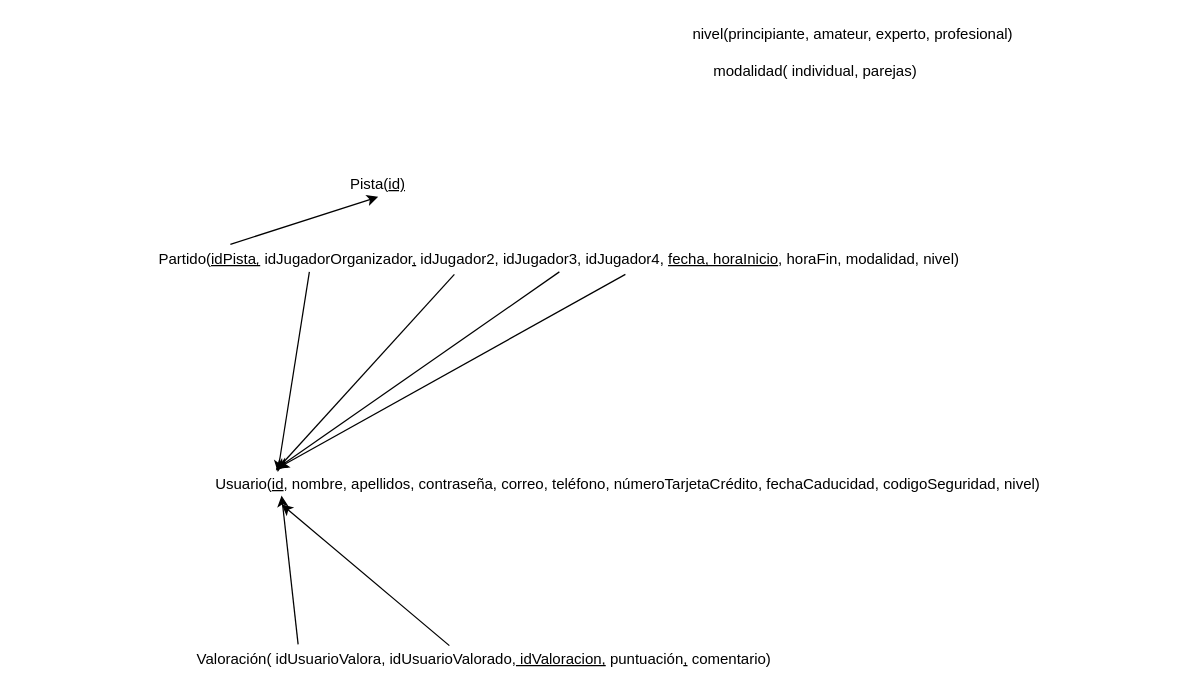
This is relacionalXML.drawio from HylianPablo/TeddyAPP, a draw.io file, before an edit. Source tidied: cells renumbered, new cells numbered last; positions are measured from the earlier drawing's top-left corner, leaving out a move shared by most shapes. Both pictures are drawn from the tidied source at 125%, with x=0, y=0 at pixel (21, 21).
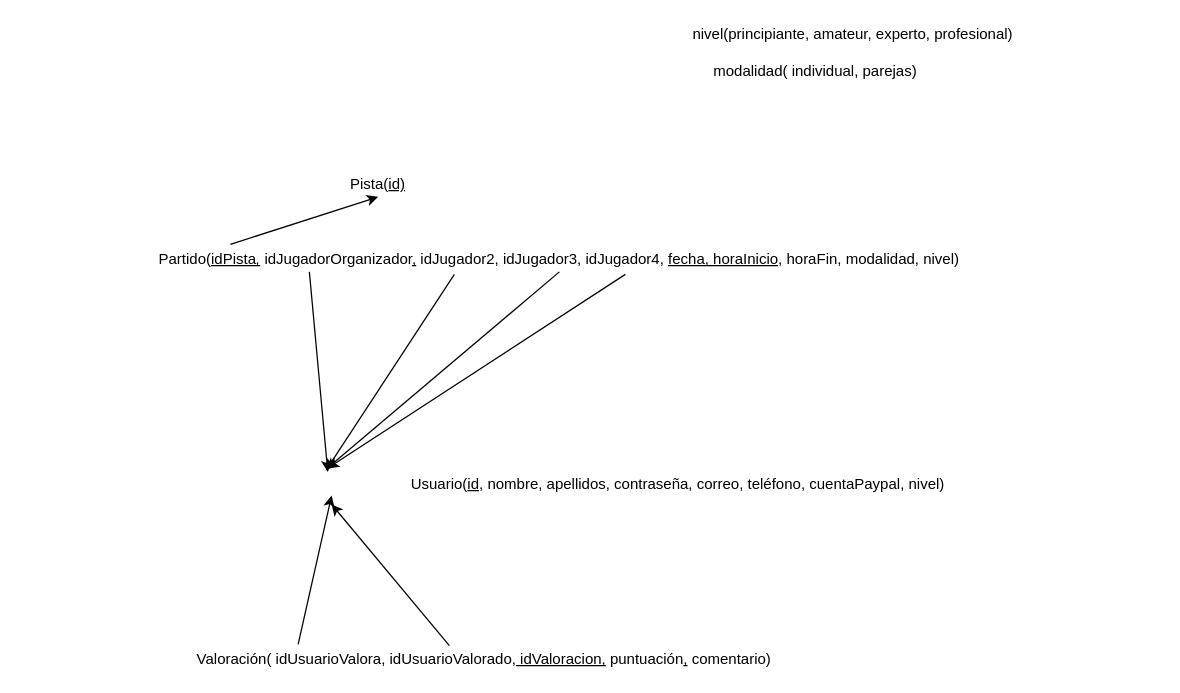
The same diagram, later.

Diff of the diagram source:
```diff
@@
 <mxGraphModel>
   <root>
     <mxCell id="0" />
     <mxCell id="1" parent="0" />
-    <mxCell id="2" value="Usuario(&lt;u&gt;id&lt;/u&gt;, nombre, apellidos, contraseña, correo, teléfono, númeroTarjetaCrédito, fechaCaducidad, codigoSeguridad, nivel)" style="text;html=1;strokeColor=none;fillColor=none;align=center;verticalAlign=middle;whiteSpace=wrap;rounded=0;" parent="1" vertex="1">
-      <mxGeometry x="100" y="360" width="770" height="20" as="geometry" />
+    <mxCell id="2" value="Usuario(&lt;u&gt;id&lt;/u&gt;, nombre, apellidos, contraseña, correo, teléfono, cuentaPaypal, nivel)" style="text;html=1;strokeColor=none;fillColor=none;align=center;verticalAlign=middle;whiteSpace=wrap;rounded=0;" parent="1" vertex="1">
+      <mxGeometry x="140" y="360" width="770" height="20" as="geometry" />
     </mxCell>
     <mxCell id="3" value="Pista(&lt;u&gt;id)&lt;/u&gt;" style="text;html=1;strokeColor=none;fillColor=none;align=center;verticalAlign=middle;whiteSpace=wrap;rounded=0;" parent="1" vertex="1">
       <mxGeometry y="120" width="570" height="20" as="geometry" />
     </mxCell>
     <mxCell id="4" value="Partido(&lt;u&gt;idPista&lt;/u&gt;&lt;i&gt;&lt;u&gt;,&lt;/u&gt;&amp;nbsp;&lt;/i&gt;idJugadorOrganizador&lt;u&gt;,&lt;/u&gt;&amp;nbsp;idJugador2, idJugador3, idJugador4, &lt;u&gt;fecha, horaInicio&lt;/u&gt;, horaFin, modalidad, nivel)" style="text;html=1;strokeColor=none;fillColor=none;align=center;verticalAlign=middle;whiteSpace=wrap;rounded=0;" parent="1" vertex="1">
       <mxGeometry x="30" y="180" width="800" height="20" as="geometry" />
     </mxCell>
     <mxCell id="5" value="Valoración( idUsuarioValora, idUsuarioValorado,&lt;u&gt; idValoracion,&lt;/u&gt; puntuación&lt;u&gt;,&lt;/u&gt;&amp;nbsp;comentario)" style="text;html=1;strokeColor=none;fillColor=none;align=center;verticalAlign=middle;whiteSpace=wrap;rounded=0;" parent="1" vertex="1">
       <mxGeometry x="120" y="500" width="500" height="20" as="geometry" />
     </mxCell>
     <mxCell id="6" value="nivel(principiante, amateur, experto, profesional)" style="text;html=1;strokeColor=none;fillColor=none;align=center;verticalAlign=middle;whiteSpace=wrap;rounded=0;" parent="1" vertex="1">
       <mxGeometry x="530" width="270" height="20" as="geometry" />
     </mxCell>
     <mxCell id="7" value="modalidad( individual, parejas)" style="text;html=1;strokeColor=none;fillColor=none;align=center;verticalAlign=middle;whiteSpace=wrap;rounded=0;" parent="1" vertex="1">
       <mxGeometry x="530" y="30" width="210" height="20" as="geometry" />
     </mxCell>
     <mxCell id="8" style="endArrow=classic;html=1;exitX=0.171;exitY=-0.1;exitDx=0;exitDy=0;exitPerimeter=0;entryX=0.5;entryY=1;entryDx=0;entryDy=0;" parent="1" edge="1" source="4" target="3">
       <mxGeometry relative="1" as="geometry" />
     </mxCell>
     <mxCell id="9" style="endArrow=classic;html=1;exitX=0.25;exitY=1;exitDx=0;exitDy=0;entryX=0.136;entryY=0;entryDx=0;entryDy=0;entryPerimeter=0;" parent="1" edge="1" source="4" target="2">
       <mxGeometry relative="1" as="geometry" />
     </mxCell>
     <mxCell id="10" style="endArrow=classic;html=1;exitX=0.395;exitY=1.1;exitDx=0;exitDy=0;exitPerimeter=0;entryX=0.134;entryY=-0.05;entryDx=0;entryDy=0;entryPerimeter=0;" parent="1" edge="1" source="4" target="2">
       <mxGeometry relative="1" as="geometry" />
     </mxCell>
     <mxCell id="11" style="endArrow=classic;html=1;exitX=0.5;exitY=1;exitDx=0;exitDy=0;entryX=0.134;entryY=-0.1;entryDx=0;entryDy=0;entryPerimeter=0;" parent="1" edge="1" source="4" target="2">
       <mxGeometry relative="1" as="geometry" />
     </mxCell>
     <mxCell id="12" style="endArrow=classic;html=1;exitX=0.566;exitY=1.1;exitDx=0;exitDy=0;exitPerimeter=0;entryX=0.136;entryY=-0.15;entryDx=0;entryDy=0;entryPerimeter=0;" parent="1" edge="1" source="4" target="2">
       <mxGeometry relative="1" as="geometry" />
     </mxCell>
     <mxCell id="13" style="endArrow=classic;html=1;entryX=0.14;entryY=0.95;entryDx=0;entryDy=0;entryPerimeter=0;exitX=0.202;exitY=-0.1;exitDx=0;exitDy=0;exitPerimeter=0;" parent="1" edge="1" source="5" target="2">
       <mxGeometry relative="1" as="geometry" />
     </mxCell>
     <mxCell id="14" style="endArrow=classic;html=1;entryX=0.14;entryY=1.3;entryDx=0;entryDy=0;entryPerimeter=0;exitX=0.444;exitY=-0.05;exitDx=0;exitDy=0;exitPerimeter=0;" parent="1" edge="1" source="5" target="2">
       <mxGeometry relative="1" as="geometry" />
     </mxCell>
   </root>
 </mxGraphModel>
```
